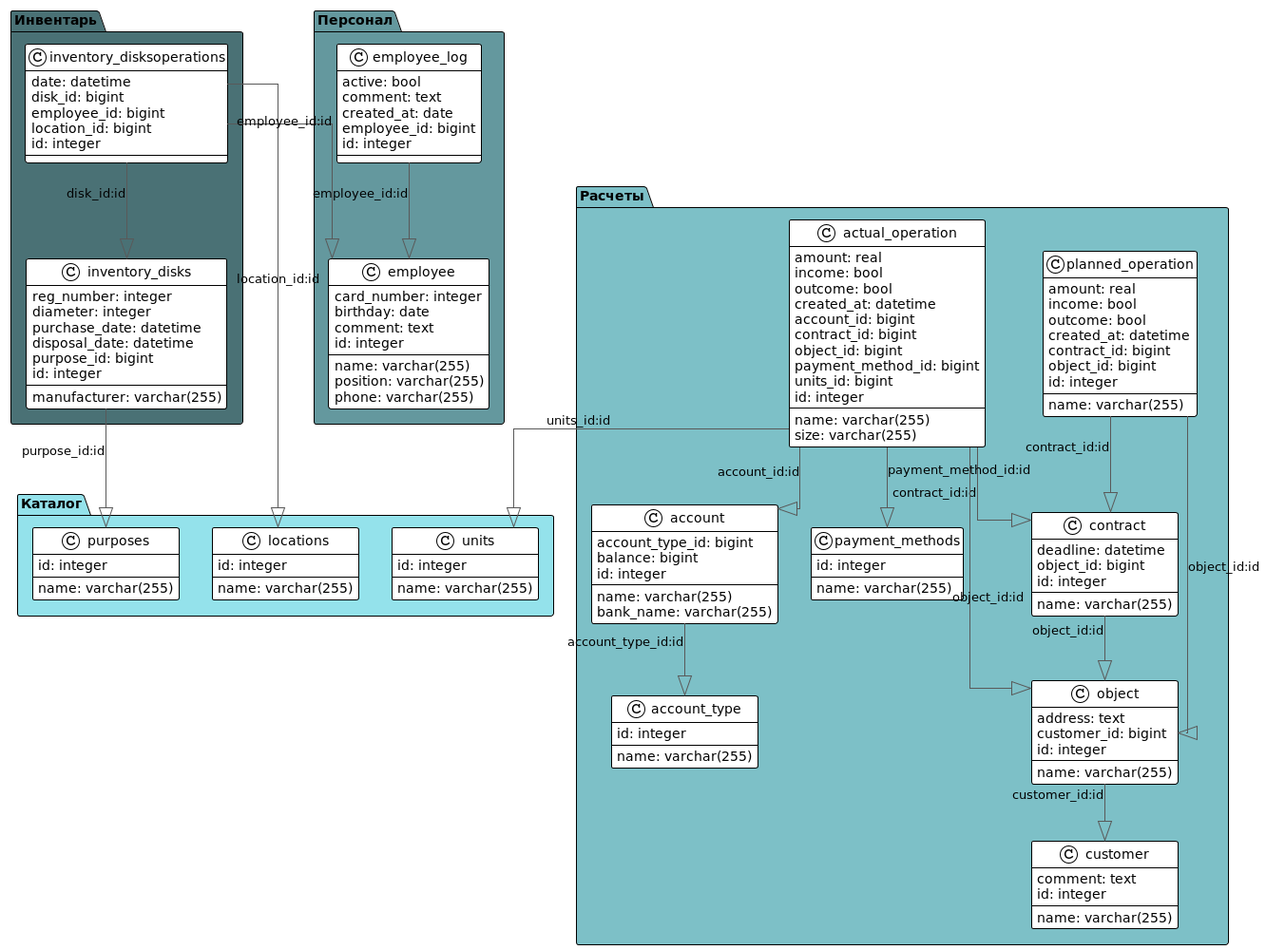
ContinentalGuy/otus-arch keeps this PlantUML diagram as project/sources/images/db.png. Above is the earlier version. The source it was exported from:
```plantuml
@startuml

!theme plain
top to bottom direction
skinparam linetype ortho

!$color1 = "#94E2EB"
!$color2 = "#4A7175"
!$color3 = "#304A4D"
!$color4 = "#7DC0C7"
!$color5 = "#64989E"

package "Каталог" $color1 {
    class locations {
    name: varchar(255)
    id: integer
    }
    class purposes {
    name: varchar(255)
    id: integer
    }
    class units {
    name: varchar(255)
    id: integer
    }
}

package "Инвентарь" $color2 {
    class inventory_disks {
    reg_number: integer
    diameter: integer
    purchase_date: datetime
    disposal_date: datetime
    purpose_id: bigint
    manufacturer: varchar(255)
    id: integer
    }
    class inventory_disksoperations {
    date: datetime
    disk_id: bigint
    employee_id: bigint
    location_id: bigint
    id: integer
    }
}

package "Расчеты" $color4 {
    class account {
    name: varchar(255)
    bank_name: varchar(255)
    account_type_id: bigint
    balance: bigint
    id: integer
    }
    class account_type {
    name: varchar(255)
    id: integer
    }
    class actual_operation {
    name: varchar(255)
    size: varchar(255)
    amount: real
    income: bool
    outcome: bool
    created_at: datetime
    account_id: bigint
    contract_id: bigint
    object_id: bigint
    payment_method_id: bigint
    units_id: bigint
    id: integer
    }
    class contract {
    name: varchar(255)
    deadline: datetime
    object_id: bigint
    id: integer
    }
    class customer {
    name: varchar(255)
    comment: text
    id: integer
    }
    class payment_methods {
    name: varchar(255)
    id: integer
    }
    class planned_operation {
    name: varchar(255)
    amount: real
    income: bool
    outcome: bool
    created_at: datetime
    contract_id: bigint
    object_id: bigint
    id: integer
    }
    class object {
    name: varchar(255)
    address: text
    customer_id: bigint
    id: integer
    }
}

package "Персонал" $color5 {
    class employee {
    name: varchar(255)
    position: varchar(255)
    phone: varchar(255)
    card_number: integer
    birthday: date
    comment: text
    id: integer
    }
    class employee_log {
    active: bool
    comment: text
    created_at: date
    employee_id: bigint
    id: integer
    }
}

inventory_disks             -[#595959,plain]-^  purposes           : "purpose_id:id"
inventory_disksoperations   -[#595959,plain]-^  locations          : "location_id:id"
inventory_disksoperations   -[#595959,plain]-^  inventory_disks            : "disk_id:id"
inventory_disksoperations   -[#595959,plain]-^  employee          : "employee_id:id"
account            -[#595959,plain]-^  account_type       : "account_type_id:id"
actual_operation   -[#595959,plain]-^  units              : "units_id:id"
actual_operation   -[#595959,plain]-^  account           : "account_id:id"
actual_operation   -[#595959,plain]-^  contract          : "contract_id:id"
actual_operation   -[#595959,plain]-^  object            : "object_id:id"
actual_operation   -[#595959,plain]-^  payment_methods   : "payment_method_id:id"
contract           -[#595959,plain]-^  object            : "object_id:id"
employee_log       -[#595959,plain]-^  employee          : "employee_id:id"
object             -[#595959,plain]-^  customer          : "customer_id:id"
planned_operation  -[#595959,plain]-^  contract          : "contract_id:id"
planned_operation  -[#595959,plain]-^  object            : "object_id:id"
@enduml
```
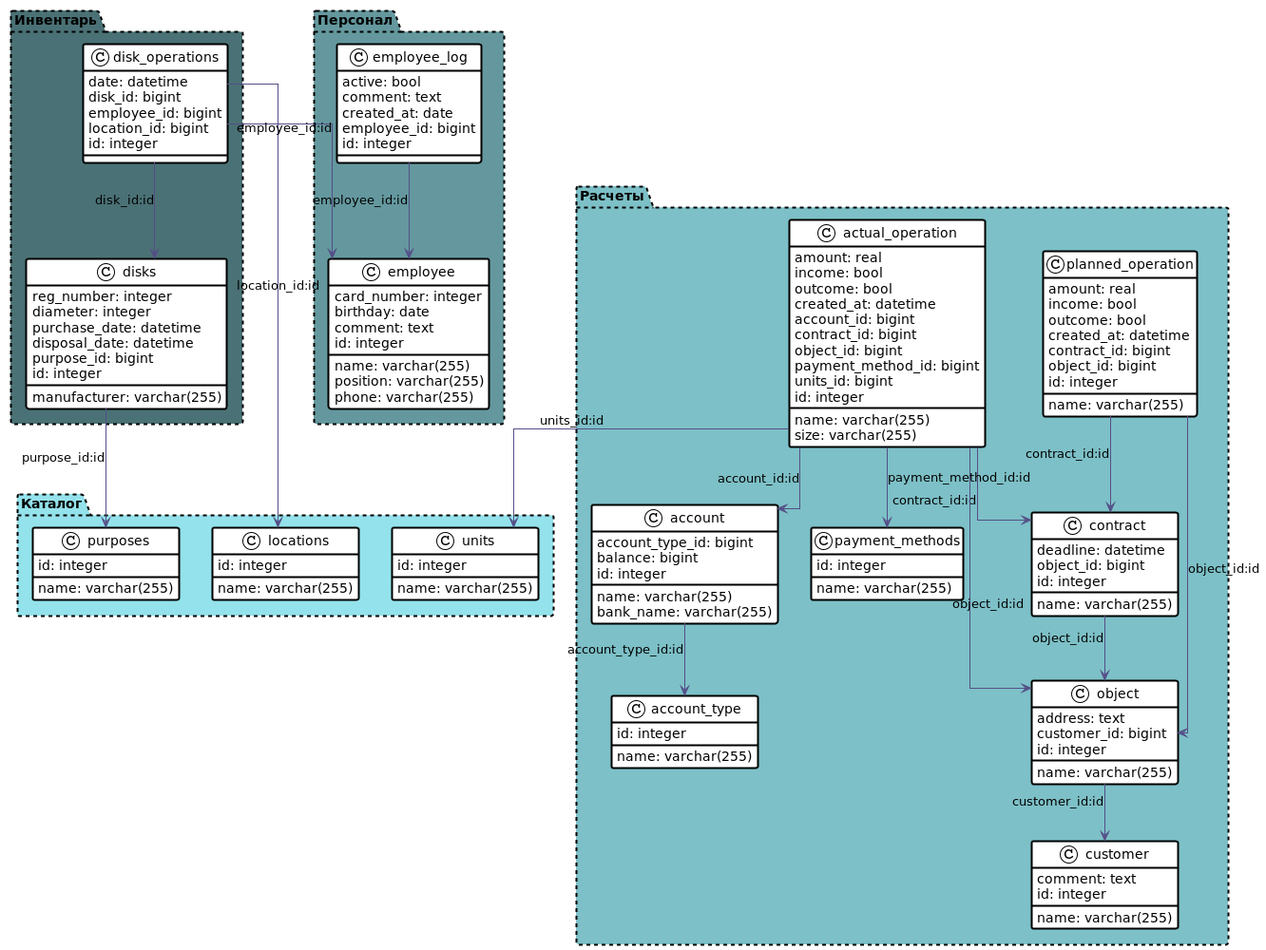
The same file after the commit.

The edit, as a diff of the source:
```diff
@@ -3,12 +3,18 @@
 !theme plain
 top to bottom direction
 skinparam linetype ortho
+skinparam classborderthickness 2
+skinparam packageborderstyle 4
+skinparam packageborderthickness 2
 
 !$color1 = "#94E2EB"
 !$color2 = "#4A7175"
 !$color3 = "#304A4D"
 !$color4 = "#7DC0C7"
 !$color5 = "#64989E"
+!$color6 = "#544E87"
+
+!$style1 = "plain"
 
 package "Каталог" $color1 {
     class locations {
@@ -26,7 +32,7 @@
 }
 
 package "Инвентарь" $color2 {
-    class inventory_disks {
+    class disks {
     reg_number: integer
     diameter: integer
     purchase_date: datetime
@@ -35,7 +41,7 @@
     manufacturer: varchar(255)
     id: integer
     }
-    class inventory_disksoperations {
+    class disk_operations {
     date: datetime
     disk_id: bigint
     employee_id: bigint
@@ -122,19 +128,19 @@
     }
 }
 
-inventory_disks             -[#595959,plain]-^  purposes           : "purpose_id:id"
-inventory_disksoperations   -[#595959,plain]-^  locations          : "location_id:id"
-inventory_disksoperations   -[#595959,plain]-^  inventory_disks            : "disk_id:id"
-inventory_disksoperations   -[#595959,plain]-^  employee          : "employee_id:id"
-account            -[#595959,plain]-^  account_type       : "account_type_id:id"
-actual_operation   -[#595959,plain]-^  units              : "units_id:id"
-actual_operation   -[#595959,plain]-^  account           : "account_id:id"
-actual_operation   -[#595959,plain]-^  contract          : "contract_id:id"
-actual_operation   -[#595959,plain]-^  object            : "object_id:id"
-actual_operation   -[#595959,plain]-^  payment_methods   : "payment_method_id:id"
-contract           -[#595959,plain]-^  object            : "object_id:id"
-employee_log       -[#595959,plain]-^  employee          : "employee_id:id"
-object             -[#595959,plain]-^  customer          : "customer_id:id"
-planned_operation  -[#595959,plain]-^  contract          : "contract_id:id"
-planned_operation  -[#595959,plain]-^  object            : "object_id:id"
+disks             -[$color6,$style1]->  purposes           : "purpose_id:id"
+disk_operations   -[$color6,$style1]->  locations          : "location_id:id"
+disk_operations   -[$color6,$style1]->  disks            : "disk_id:id"
+disk_operations   -[$color6,$style1]->  employee          : "employee_id:id"
+account            -[$color6,$style1]->  account_type       : "account_type_id:id"
+actual_operation   -[$color6,$style1]->  units              : "units_id:id"
+actual_operation   -[$color6,$style1]->  account           : "account_id:id"
+actual_operation   -[$color6,$style1]->  contract          : "contract_id:id"
+actual_operation   -[$color6,$style1]->  object            : "object_id:id"
+actual_operation   -[$color6,$style1]->  payment_methods   : "payment_method_id:id"
+contract           -[$color6,$style1]->  object            : "object_id:id"
+employee_log       -[$color6,$style1]->  employee          : "employee_id:id"
+object             -[$color6,$style1]->  customer          : "customer_id:id"
+planned_operation  -[$color6,$style1]->  contract          : "contract_id:id"
+planned_operation  -[$color6,$style1]->  object            : "object_id:id"
 @enduml
```
